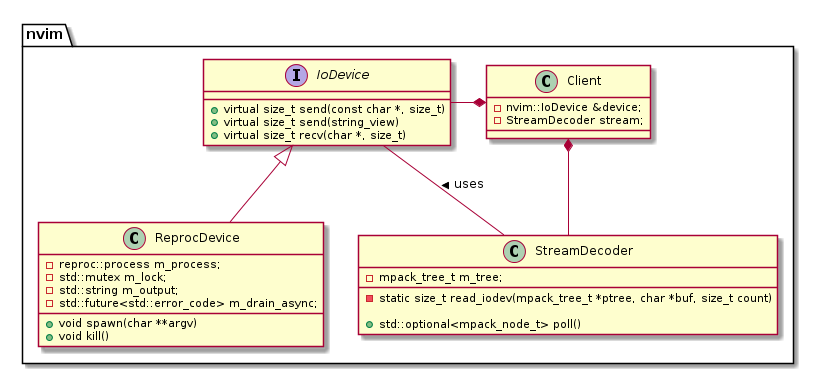
tricktux/rnvim keeps this PlantUML diagram as docs/neoarch.png. Above is the earlier version.
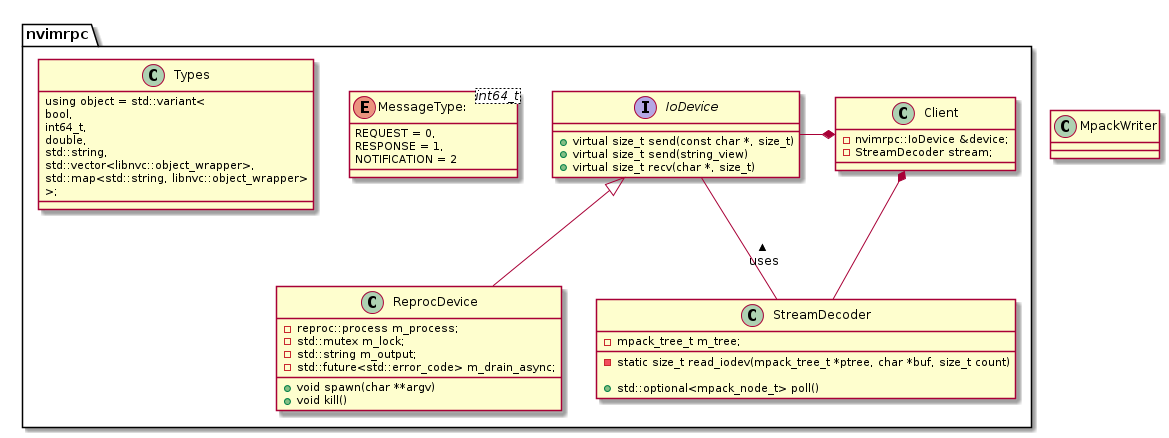
The same file after the commit.

Change to the diagram source:
```diff
@@ -2,13 +2,13 @@
 
 set namespaceSeparator ::
 
-interface nvim::IoDevice {
+interface nvimrpc::IoDevice {
 	+virtual size_t send(const char *, size_t)
 	+virtual size_t send(string_view)
 	+virtual size_t recv(char *, size_t)
 }
 
-class nvim::ReprocDevice {
+class nvimrpc::ReprocDevice {
 	-reproc::process m_process;
 	-std::mutex m_lock;
 	-std::string m_output;
@@ -18,24 +18,40 @@
 	+void kill()
 }
 
-
-
-
-class nvim::StreamDecoder {
+class nvimrpc::StreamDecoder {
 	-mpack_tree_t m_tree;
 	-static size_t read_iodev(mpack_tree_t *ptree, char *buf, size_t count)
 
 	+std::optional<mpack_node_t> poll()
 }
 
-class nvim::Client {
-	-nvim::IoDevice &device;
+class nvimrpc::Client {
+	-nvimrpc::IoDevice &device;
 	-StreamDecoder stream;
 }
 
-nvim::Client *-- nvim::StreamDecoder
-nvim::Client *-left- nvim::IoDevice
-nvim::IoDevice <|-- nvim::ReprocDevice
-nvim::StreamDecoder -- nvim::IoDevice : uses >
+enum nvimrpc::MessageType: <int64_t> {
+	REQUEST = 0,
+	RESPONSE = 1,
+	NOTIFICATION = 2
+}
+
+class nvimrpc::Types {
+	using object = std::variant<
+		bool,
+		int64_t,
+		double,
+		std::string,
+		std::vector<libnvc::object_wrapper>,
+		std::map<std::string, libnvc::object_wrapper>
+		>;
+}
+class MpackWriter {
+}
+
+nvimrpc::Client *-- nvimrpc::StreamDecoder
+nvimrpc::Client *-left- nvimrpc::IoDevice
+nvimrpc::IoDevice <|-- nvimrpc::ReprocDevice
+nvimrpc::StreamDecoder -- nvimrpc::IoDevice : uses >
 
 @enduml
```
